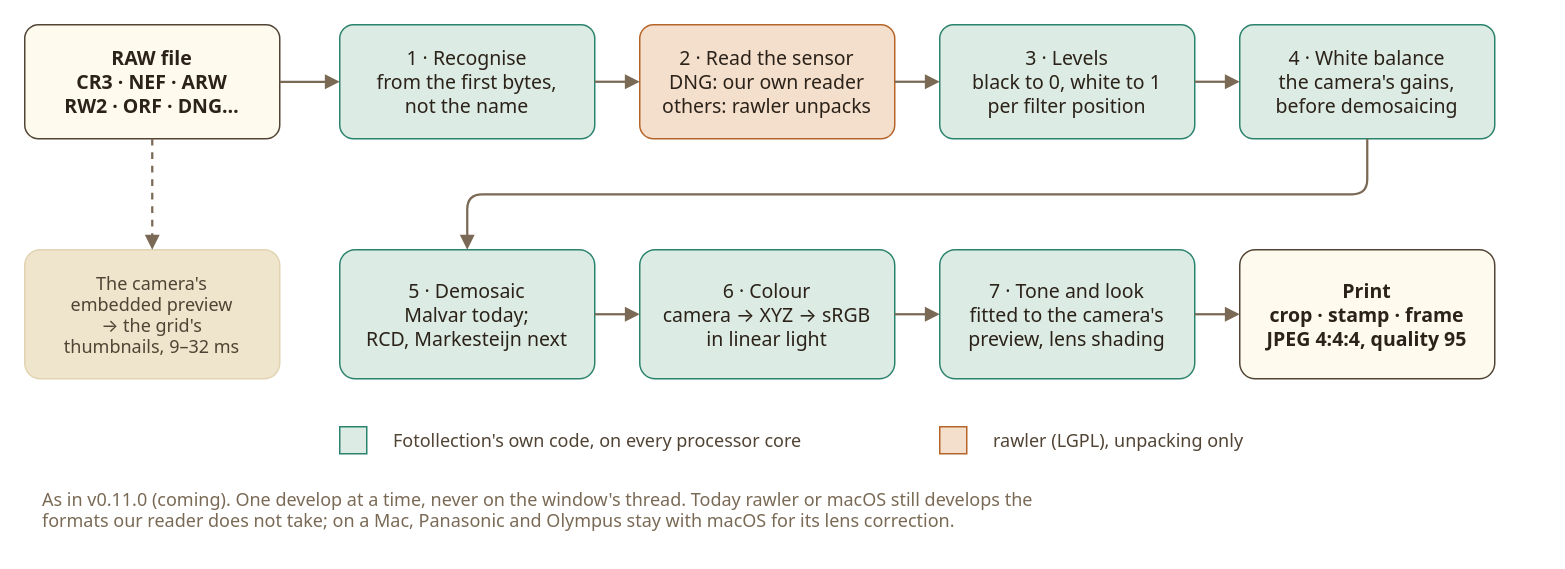
This is page "EN" (1 of 2) of docs/diagrams/raw-develop.drawio from hoangphi01/fotollection, a draw.io file, before an edit. Source tidied: cells renumbered, new cells numbered last; positions are measured from the earlier drawing's top-left corner, leaving out a move shared by most shapes. Both pictures are drawn from the tidied source at 150%, with x=0, y=0 at pixel (24, 24).
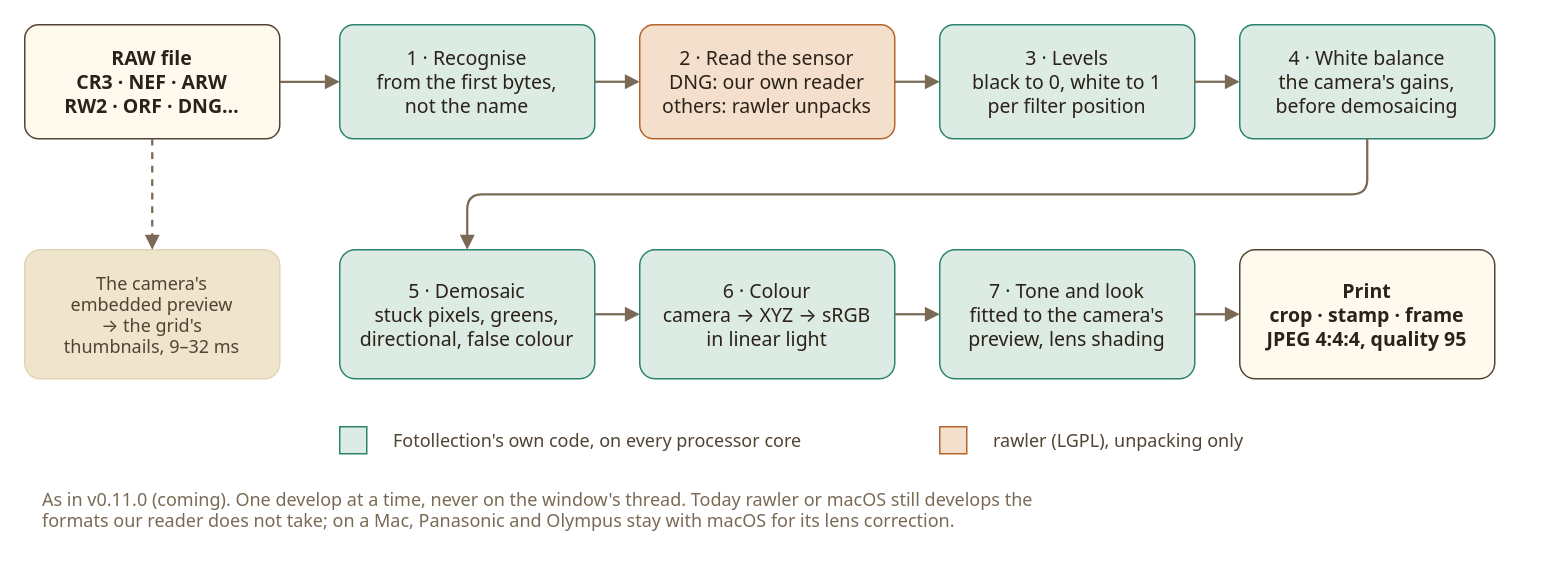
Above is the later version.

What changed in the source:
```diff
@@
-    <mxCell id="7" value="5 · Demosaic&#10;Malvar today;&#10;RCD, Markesteijn next" style="rounded=1;arcSize=12;whiteSpace=nowrap;html=0;fillColor=#dcebe3;strokeColor=#2c836d;fontColor=#2b2219;fontSize=13;fontFamily=system-ui,-apple-system,Segoe UI,sans-serif;align=center;verticalAlign=middle;spacingLeft=10;spacingRight=10;" parent="1" vertex="1">
+    <mxCell id="7" value="5 · Demosaic&#10;stuck pixels, greens,&#10;directional, false colour" style="rounded=1;arcSize=12;whiteSpace=nowrap;html=0;fillColor=#dcebe3;strokeColor=#2c836d;fontColor=#2b2219;fontSize=13;fontFamily=system-ui,-apple-system,Segoe UI,sans-serif;align=center;verticalAlign=middle;spacingLeft=10;spacingRight=10;" parent="1" vertex="1">
       <mxGeometry x="210" y="150" width="170" height="86" as="geometry" />
     </mxCell>
```
